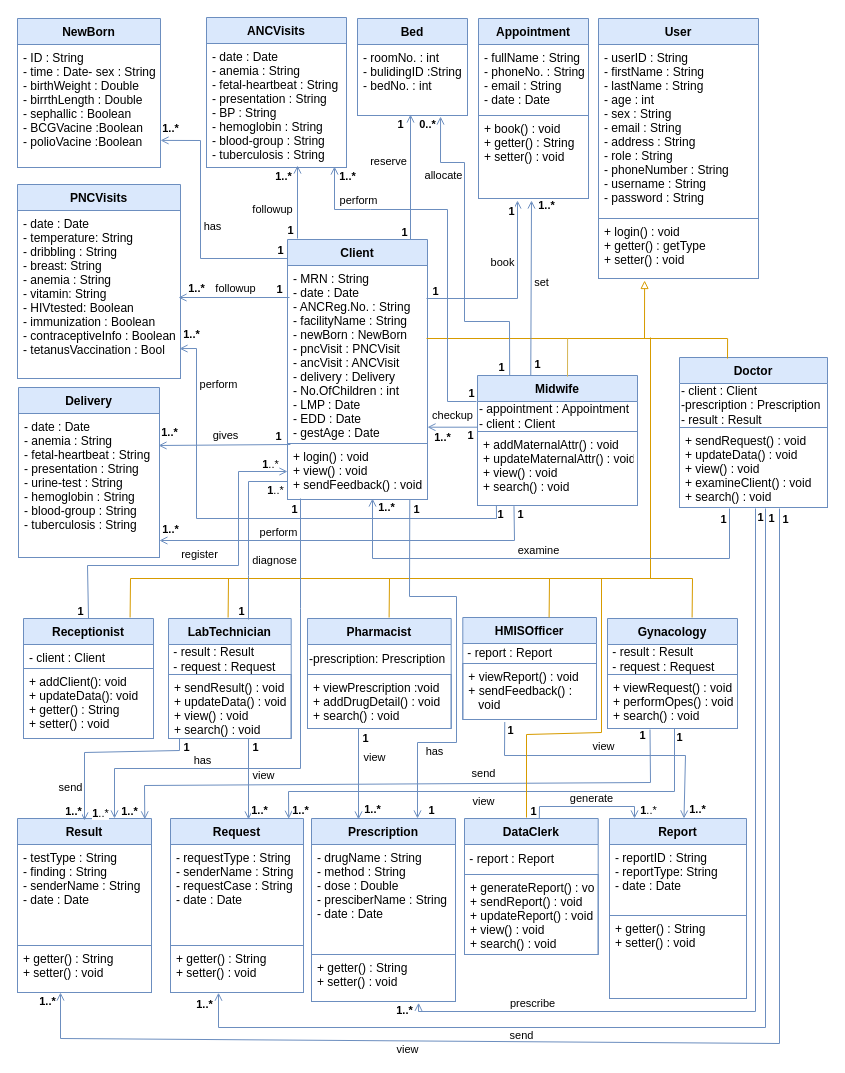
This is Detailed Class Diagram.drawio from fasil712/UML_Diagram_Design, a draw.io file, before an edit. Source tidied: cells renumbered, new cells numbered last; positions are measured from the earlier drawing's top-left corner, leaving out a move shared by most shapes. Both pictures are drawn from the tidied source at 100%, with x=0, y=0 at pixel (17, 17).
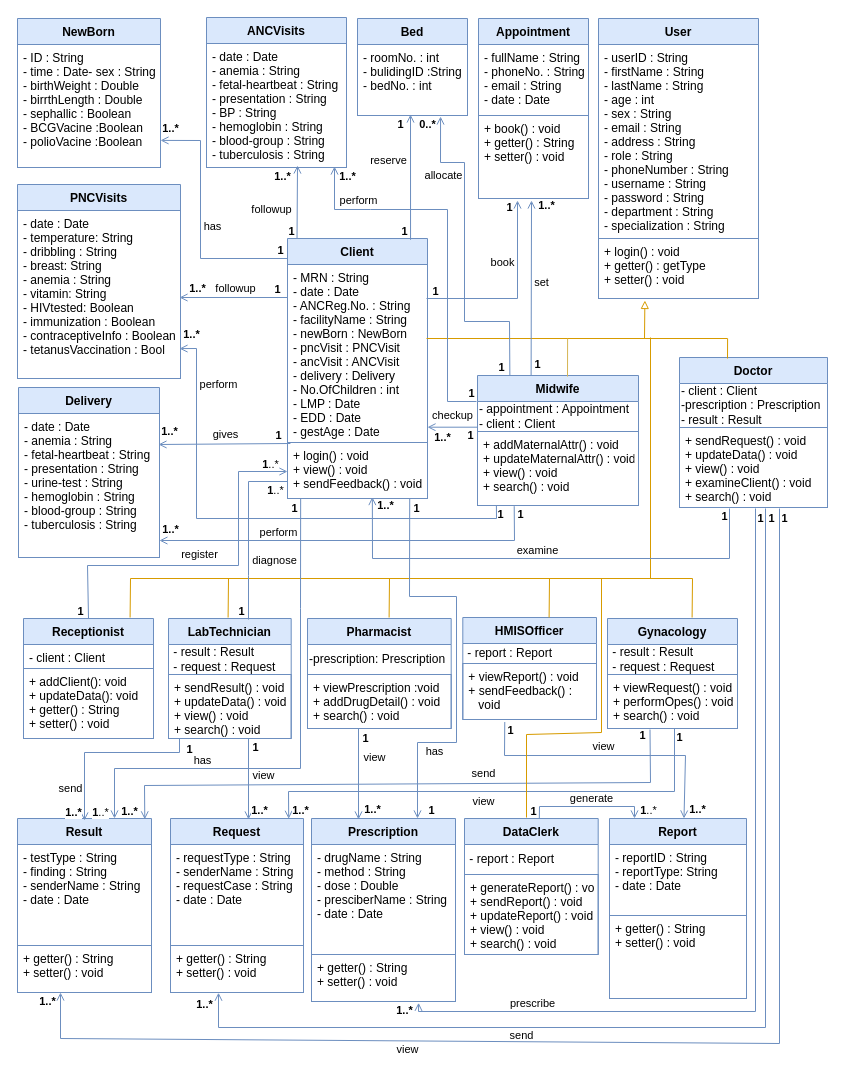
The same page after the edit.

Unchanged cells that the change refers to:
```xml
<mxCell id="19" value="+ login() : void&#10;+ view() : void&#10;+ sendFeedback() : void" style="text;strokeColor=#6C8EBF;fillColor=none;align=left;verticalAlign=top;spacingLeft=4;spacingRight=4;overflow=hidden;points=[[0,0.5],[1,0.5]];portConstraint=eastwest;strokeWidth=1;spacingTop=0;fontSize=12;" parent="17" vertex="1">
  <mxGeometry y="204" width="140" height="56" as="geometry" />
</mxCell>
<mxCell id="75" value="Receptionist" style="swimlane;fontStyle=1;align=center;verticalAlign=top;horizontal=1;startSize=26;strokeWidth=1;spacingTop=0;fontSize=12;strokeColor=#6c8ebf;fillColor=#dae8fc;" parent="1" vertex="1">
  <mxGeometry x="6" y="601" width="130" height="120" as="geometry" />
</mxCell>
<mxCell id="86" style="endArrow=open;html=1;rounded=0;strokeWidth=1;entryX=0.818;entryY=1.024;entryDx=0;entryDy=0;fillColor=#dae8fc;strokeColor=#6c8ebf;entryPerimeter=0;endFill=0;" parent="1" edge="1">
  <mxGeometry relative="1" as="geometry">
    <mxPoint x="409" y="281" as="sourcePoint" />
    <mxPoint x="500" y="183" as="targetPoint" />
    <Array as="points">
      <mxPoint x="500" y="281" />
    </Array>
  </mxGeometry>
</mxCell>
<mxCell id="111" style="endArrow=open;html=1;rounded=0;strokeWidth=1;fillColor=#dae8fc;strokeColor=#6c8ebf;entryX=0.751;entryY=1.048;entryDx=0;entryDy=0;entryPerimeter=0;endFill=0;" parent="1" edge="1">
  <mxGeometry relative="1" as="geometry">
    <mxPoint x="738" y="491" as="sourcePoint" />
    <mxPoint x="401.1" y="985.3" as="targetPoint" />
    <Array as="points">
      <mxPoint x="738" y="994" />
      <mxPoint x="401" y="994" />
    </Array>
  </mxGeometry>
</mxCell>
<mxCell id="135" style="endArrow=open;html=1;rounded=0;strokeWidth=1;fillColor=#dae8fc;strokeColor=#6c8ebf;endFill=0;" parent="1" edge="1">
  <mxGeometry relative="1" as="geometry">
    <mxPoint x="762" y="491" as="sourcePoint" />
    <mxPoint x="43" y="975" as="targetPoint" />
    <Array as="points">
      <mxPoint x="762" y="1026" />
      <mxPoint x="43" y="1021" />
    </Array>
  </mxGeometry>
</mxCell>
```

Change to the diagram source:
```diff
@@
     <mxCell id="2" value="User" style="swimlane;fontStyle=1;align=center;verticalAlign=top;horizontal=1;startSize=26;strokeWidth=1;spacingTop=0;fontSize=12;strokeColor=#6c8ebf;fillColor=#dae8fc;" parent="1" vertex="1">
-      <mxGeometry x="581" y="1" width="160" height="260" as="geometry" />
+      <mxGeometry x="581" y="1" width="160" height="280" as="geometry" />
     </mxCell>
-    <mxCell id="3" value="- userID : String&#10;- firstName : String&#10;- lastName : String&#10;- age : int&#10;- sex : String&#10;- email : String&#10;- address : String&#10;- role : String&#10;- phoneNumber : String&#10;- username : String&#10;- password : String" style="text;strokeColor=#6C8EBF;fillColor=none;align=left;verticalAlign=top;spacingLeft=4;spacingRight=4;overflow=hidden;strokeWidth=1;spacingTop=0;fontSize=12;" parent="2" vertex="1">
-      <mxGeometry y="26" width="160" height="174" as="geometry" />
+    <mxCell id="3" value="- userID : String&#10;- firstName : String&#10;- lastName : String&#10;- age : int&#10;- sex : String&#10;- email : String&#10;- address : String&#10;- role : String&#10;- phoneNumber : String&#10;- username : String&#10;- password : String&#10;- department : String&#10;- specialization : String&#10;" style="text;strokeColor=#6C8EBF;fillColor=none;align=left;verticalAlign=top;spacingLeft=4;spacingRight=4;overflow=hidden;strokeWidth=1;spacingTop=0;fontSize=12;" parent="2" vertex="1">
+      <mxGeometry y="26" width="160" height="194" as="geometry" />
     </mxCell>
     <mxCell id="4" value="+ login() : void&#10;+ getter() : getType&#10;+ setter() : void" style="text;strokeColor=#6C8EBF;fillColor=none;align=left;verticalAlign=top;spacingLeft=4;spacingRight=4;overflow=hidden;points=[[0,0.5],[1,0.5]];portConstraint=eastwest;strokeWidth=1;spacingTop=0;fontSize=12;" parent="2" vertex="1">
-      <mxGeometry y="200" width="160" height="60" as="geometry" />
+      <mxGeometry y="220" width="160" height="60" as="geometry" />
     </mxCell>
@@
     <mxCell id="17" value="Client" style="swimlane;fontStyle=1;align=center;verticalAlign=top;horizontal=1;startSize=26;strokeWidth=1;spacingTop=0;fontSize=12;strokeColor=#6c8ebf;fillColor=#dae8fc;" parent="1" vertex="1">
-      <mxGeometry x="270" y="222" width="140" height="260" as="geometry" />
+      <mxGeometry x="270" y="221" width="140" height="260" as="geometry" />
     </mxCell>
@@
     <mxCell id="28" value="Midwife" style="swimlane;fontStyle=1;align=center;verticalAlign=top;horizontal=1;startSize=26;strokeWidth=1;spacingTop=0;fontSize=12;strokeColor=#6c8ebf;fillColor=#dae8fc;" parent="1" vertex="1">
-      <mxGeometry x="460" y="358" width="160" height="130" as="geometry" />
+      <mxGeometry x="460" y="358" width="161" height="130" as="geometry" />
     </mxCell>
     <mxCell id="29" value="&lt;div align=&quot;left&quot;&gt;- appointment : Appointment&lt;br&gt;&lt;/div&gt;&lt;div align=&quot;left&quot;&gt;- client : Client&lt;/div&gt;" style="text;html=1;align=left;verticalAlign=middle;strokeColor=none;fillColor=none;" parent="28" vertex="1">
-      <mxGeometry y="26" width="160" height="30" as="geometry" />
+      <mxGeometry y="26" width="161" height="30" as="geometry" />
     </mxCell>
     <mxCell id="30" value="+ addMaternalAttr() : void&#10;+ updateMaternalAttr() : void&#10;+ view() : void&#10;+ search() : void" style="text;strokeColor=#6C8EBF;fillColor=none;align=left;verticalAlign=top;spacingLeft=4;spacingRight=4;overflow=hidden;points=[[0,0.5],[1,0.5]];portConstraint=eastwest;strokeWidth=1;spacingTop=0;fontSize=12;" parent="28" vertex="1">
-      <mxGeometry y="56" width="160" height="74" as="geometry" />
+      <mxGeometry y="56" width="161" height="74" as="geometry" />
     </mxCell>
@@
-    <mxCell id="34" style="endArrow=open;html=1;rounded=0;strokeWidth=1;fillColor=#dae8fc;strokeColor=#6c8ebf;endFill=0;" parent="1" edge="1">
+    <mxCell id="34" style="endArrow=open;html=1;rounded=0;strokeWidth=1;fillColor=#dae8fc;strokeColor=#6c8ebf;endFill=0;exitX=0.068;exitY=0.001;exitDx=0;exitDy=0;exitPerimeter=0;" parent="1" edge="1" source="17">
       <mxGeometry relative="1" as="geometry">
-        <mxPoint x="280" y="221" as="sourcePoint" />
         <mxPoint x="280" y="148" as="targetPoint" />
       </mxGeometry>
     </mxCell>
@@
     <mxCell id="36" value="&lt;b&gt;1&lt;/b&gt;" style="edgeLabel;html=1;align=center;verticalAlign=middle;" parent="34" vertex="1">
       <mxGeometry x="-0.42" y="-2" relative="1" as="geometry">
-        <mxPoint x="-10" y="12" as="offset" />
+        <mxPoint x="-8" y="13" as="offset" />
       </mxGeometry>
     </mxCell>
@@
-    <mxCell id="42" style="endArrow=open;html=1;rounded=0;strokeWidth=1;fillColor=#dae8fc;strokeColor=#6c8ebf;exitX=0.007;exitY=0.18;exitDx=0;exitDy=0;exitPerimeter=0;endFill=0;" parent="1" edge="1">
+    <mxCell id="42" style="endArrow=open;html=1;rounded=0;strokeWidth=1;fillColor=#dae8fc;strokeColor=#6c8ebf;endFill=0;" parent="1" edge="1">
       <mxGeometry relative="1" as="geometry">
-        <mxPoint x="272" y="280" as="sourcePoint" />
-        <mxPoint x="161" y="280" as="targetPoint" />
+        <mxPoint x="270" y="280" as="sourcePoint" />
+        <mxPoint x="162" y="280" as="targetPoint" />
       </mxGeometry>
     </mxCell>
@@
     <mxCell id="46" style="endArrow=open;html=1;rounded=0;strokeWidth=1;fillColor=#dae8fc;strokeColor=#6c8ebf;exitX=0.021;exitY=0.286;exitDx=0;exitDy=0;entryX=0.986;entryY=0.25;entryDx=0;entryDy=0;entryPerimeter=0;exitPerimeter=0;endFill=0;" parent="1" edge="1">
       <mxGeometry relative="1" as="geometry">
-        <mxPoint x="272.9" y="427" as="sourcePoint" />
-        <mxPoint x="141" y="428" as="targetPoint" />
+        <mxPoint x="272.9" y="426" as="sourcePoint" />
+        <mxPoint x="141" y="427" as="targetPoint" />
       </mxGeometry>
     </mxCell>
@@
-    <mxCell id="53" style="edgeStyle=none;rounded=0;orthogonalLoop=1;jettySize=auto;html=1;fontSize=11;startArrow=none;startFill=0;endArrow=block;endFill=0;strokeWidth=1;fillColor=#ffe6cc;strokeColor=#d79b00;entryX=0.513;entryY=1.083;entryDx=0;entryDy=0;entryPerimeter=0;" parent="1" edge="1">
+    <mxCell id="53" style="edgeStyle=none;rounded=0;jettySize=auto;html=1;fontSize=11;startArrow=none;startFill=0;endArrow=block;endFill=0;strokeWidth=1;fillColor=#ffe6cc;strokeColor=#d79b00;entryX=0.29;entryY=1.033;entryDx=0;entryDy=0;entryPerimeter=0;" parent="1" edge="1" target="4">
       <mxGeometry relative="1" as="geometry">
         <mxPoint x="627" y="321" as="sourcePoint" />
-        <mxPoint x="627.1" y="263" as="targetPoint" />
       </mxGeometry>
     </mxCell>
@@
     <mxCell id="89" value="&lt;b&gt;1&lt;/b&gt;" style="edgeLabel;html=1;align=center;verticalAlign=middle;fontSize=11;" parent="86" vertex="1">
       <mxGeometry x="0.86" y="-8" relative="1" as="geometry">
-        <mxPoint x="-15" y="-3" as="offset" />
+        <mxPoint x="-17" y="-7" as="offset" />
       </mxGeometry>
     </mxCell>
@@
-    <mxCell id="94" style="endArrow=none;html=1;rounded=0;strokeWidth=1;entryX=0.5;entryY=0;entryDx=0;entryDy=0;fillColor=#dae8fc;strokeColor=#6c8ebf;exitX=0;exitY=0.5;exitDx=0;exitDy=0;startArrow=open;startFill=0;" parent="1" edge="1" source="19" target="75">
+    <mxCell id="94" style="endArrow=none;html=1;rounded=0;strokeWidth=1;entryX=0.5;entryY=0;entryDx=0;entryDy=0;fillColor=#dae8fc;strokeColor=#6c8ebf;exitX=0;exitY=0.5;exitDx=0;exitDy=0;startArrow=open;startFill=0;" parent="1" edge="1">
       <mxGeometry relative="1" as="geometry">
+        <mxPoint x="270" y="454" as="sourcePoint" />
+        <mxPoint x="71" y="601" as="targetPoint" />
         <Array as="points">
           <mxPoint x="221" y="454" />
           <mxPoint x="221" y="548" />
           <mxPoint x="70" y="548" />
         </Array>
       </mxGeometry>
     </mxCell>
@@
     <mxCell id="113" value="&lt;b&gt;1&lt;/b&gt;" style="edgeLabel;html=1;align=center;verticalAlign=middle;fontSize=11;" parent="111" vertex="1">
       <mxGeometry x="-0.69" y="-4" relative="1" as="geometry">
-        <mxPoint x="8" y="-124" as="offset" />
+        <mxPoint x="8" y="-123" as="offset" />
       </mxGeometry>
     </mxCell>
@@
     <mxCell id="127" style="endArrow=open;html=1;rounded=0;strokeWidth=1;fillColor=#dae8fc;strokeColor=#6c8ebf;entryX=0.5;entryY=0;entryDx=0;entryDy=0;exitX=0.09;exitY=0.969;exitDx=0;exitDy=0;exitPerimeter=0;endFill=0;" parent="1" edge="1">
       <mxGeometry relative="1" as="geometry">
         <mxPoint x="162" y="721" as="sourcePoint" />
         <mxPoint x="67" y="803" as="targetPoint" />
         <Array as="points">
-          <mxPoint x="162" y="733" />
+          <mxPoint x="162" y="735" />
           <mxPoint x="67" y="735" />
         </Array>
       </mxGeometry>
     </mxCell>
@@
     <mxCell id="137" value="&lt;b&gt;1&lt;/b&gt;" style="edgeLabel;html=1;align=center;verticalAlign=middle;fontSize=11;" parent="135" vertex="1">
       <mxGeometry x="-0.69" y="-4" relative="1" as="geometry">
-        <mxPoint x="9" y="-192" as="offset" />
+        <mxPoint x="8" y="-193" as="offset" />
       </mxGeometry>
     </mxCell>
@@
-    <mxCell id="139" style="endArrow=open;html=1;rounded=0;strokeWidth=1;fillColor=#dae8fc;strokeColor=#6c8ebf;endFill=0;" parent="1" edge="1">
+    <mxCell id="139" style="endArrow=open;html=1;rounded=0;strokeWidth=1;fillColor=#dae8fc;strokeColor=#6c8ebf;endFill=0;entryX=0.606;entryY=0.974;entryDx=0;entryDy=0;entryPerimeter=0;" parent="1" edge="1" target="19">
       <mxGeometry relative="1" as="geometry">
         <mxPoint x="712" y="491" as="sourcePoint" />
-        <mxPoint x="355" y="481" as="targetPoint" />
         <Array as="points">
           <mxPoint x="712" y="541" />
           <mxPoint x="355" y="541" />
         </Array>
       </mxGeometry>
     </mxCell>
@@
     <mxCell id="141" value="&lt;b&gt;1&lt;/b&gt;" style="edgeLabel;html=1;align=center;verticalAlign=middle;fontSize=11;" parent="139" vertex="1">
       <mxGeometry x="-0.69" y="-4" relative="1" as="geometry">
-        <mxPoint x="15" y="-36" as="offset" />
+        <mxPoint x="17" y="-39" as="offset" />
       </mxGeometry>
     </mxCell>
@@
-    <mxCell id="155" style="endArrow=open;html=1;rounded=0;strokeWidth=1;fillColor=#dae8fc;strokeColor=#6c8ebf;exitX=0.143;exitY=0.982;exitDx=0;exitDy=0;exitPerimeter=0;endFill=0;" parent="1" edge="1">
+    <mxCell id="155" style="endArrow=open;html=1;rounded=0;strokeWidth=1;fillColor=#dae8fc;strokeColor=#6c8ebf;exitX=0.094;exitY=0.994;exitDx=0;exitDy=0;exitPerimeter=0;endFill=0;" parent="1" edge="1" source="19">
       <mxGeometry relative="1" as="geometry">
-        <mxPoint x="283" y="481" as="sourcePoint" />
         <mxPoint x="97" y="801" as="targetPoint" />
         <Array as="points">
           <mxPoint x="283" y="591" />
           <mxPoint x="283" y="751" />
           <mxPoint x="97" y="751" />
         </Array>
       </mxGeometry>
     </mxCell>
@@
-    <mxCell id="163" style="endArrow=open;html=1;rounded=0;strokeWidth=1;fillColor=#dae8fc;strokeColor=#6c8ebf;entryX=0.75;entryY=0;entryDx=0;entryDy=0;endFill=0;exitX=0.888;exitY=1.005;exitDx=0;exitDy=0;exitPerimeter=0;" parent="1" edge="1">
+    <mxCell id="163" style="endArrow=open;html=1;rounded=0;strokeWidth=1;fillColor=#dae8fc;strokeColor=#6c8ebf;entryX=0.75;entryY=0;entryDx=0;entryDy=0;endFill=0;exitX=0.873;exitY=1.004;exitDx=0;exitDy=0;exitPerimeter=0;" parent="1" edge="1" source="19">
       <mxGeometry relative="1" as="geometry">
-        <mxPoint x="392.3" y="482.3" as="sourcePoint" />
         <mxPoint x="400" y="801" as="targetPoint" />
         <Array as="points">
           <mxPoint x="392" y="579" />
           <mxPoint x="439" y="579" />
           <mxPoint x="439" y="725" />
           <mxPoint x="400" y="725" />
         </Array>
       </mxGeometry>
     </mxCell>
@@
-    <mxCell id="174" style="endArrow=open;html=1;rounded=0;strokeWidth=1;fillColor=#dae8fc;strokeColor=#6c8ebf;endFill=0;exitX=0.75;exitY=0;exitDx=0;exitDy=0;" parent="1" edge="1">
+    <mxCell id="174" style="endArrow=open;html=1;rounded=0;strokeWidth=1;fillColor=#dae8fc;strokeColor=#6c8ebf;endFill=0;exitX=0.879;exitY=0.005;exitDx=0;exitDy=0;exitPerimeter=0;" parent="1" edge="1" source="17">
       <mxGeometry relative="1" as="geometry">
-        <mxPoint x="393" y="222" as="sourcePoint" />
         <mxPoint x="393" y="97" as="targetPoint" />
       </mxGeometry>
     </mxCell>
@@
     <mxCell id="176" value="&lt;b&gt;1&lt;/b&gt;" style="edgeLabel;html=1;align=center;verticalAlign=middle;" parent="174" vertex="1">
       <mxGeometry x="-0.42" y="-2" relative="1" as="geometry">
-        <mxPoint x="-9" y="28" as="offset" />
+        <mxPoint x="-9" y="27" as="offset" />
       </mxGeometry>
     </mxCell>
```
